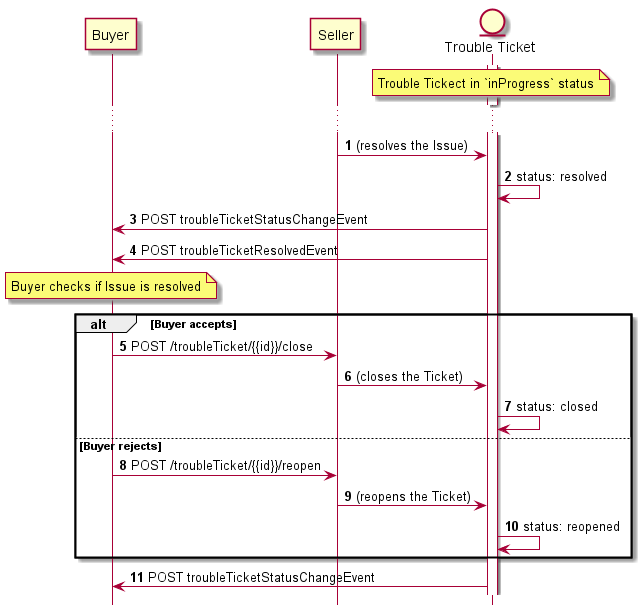
The PlantUML diagram documentation/productApi/troubleTicket/media/useCase6RespondFlow.png in MEF-GIT/MEF-LSO-Sonata-SDK, before a commit.
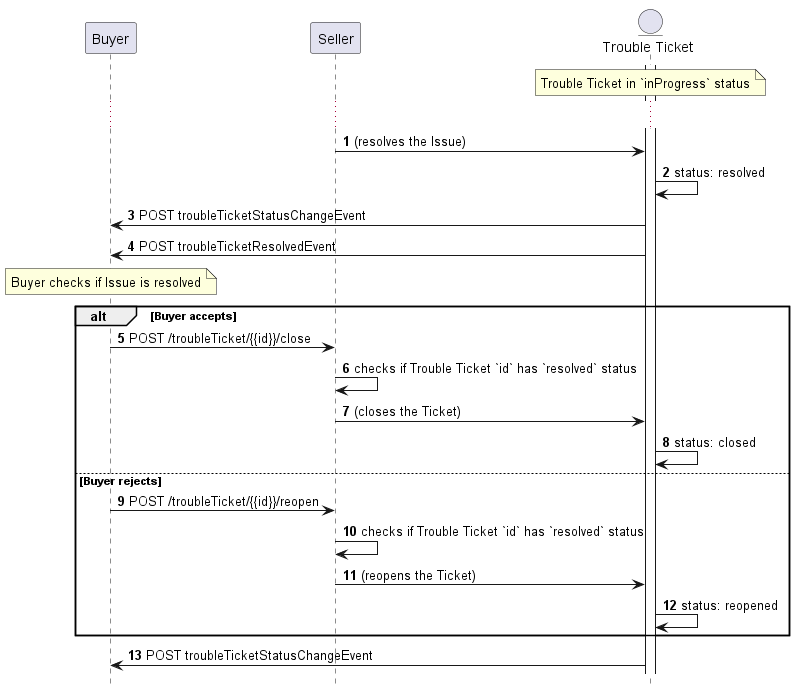
Above is the later version.

Diff of the diagram source:
```diff
@@ -11,7 +11,7 @@
 
 autonumber
 
-note over TT: Trouble Tickect in `inProgress` status
+note over TT: Trouble Ticket in `inProgress` status
 
 ...
 
@@ -25,10 +25,12 @@
 
 alt Buyer accepts
   Buyer -> Seller : POST /troubleTicket/{{id}}/close
+  Seller -> Seller: checks if Trouble Ticket `id` has `resolved` status
   Seller -> TT: (closes the Ticket)
   TT -> TT: status: closed
 else Buyer rejects
   Buyer -> Seller : POST /troubleTicket/{{id}}/reopen
+  Seller -> Seller: checks if Trouble Ticket `id` has `resolved` status
   Seller -> TT: (reopens the Ticket)
   TT -> TT: status: reopened
 end
```
